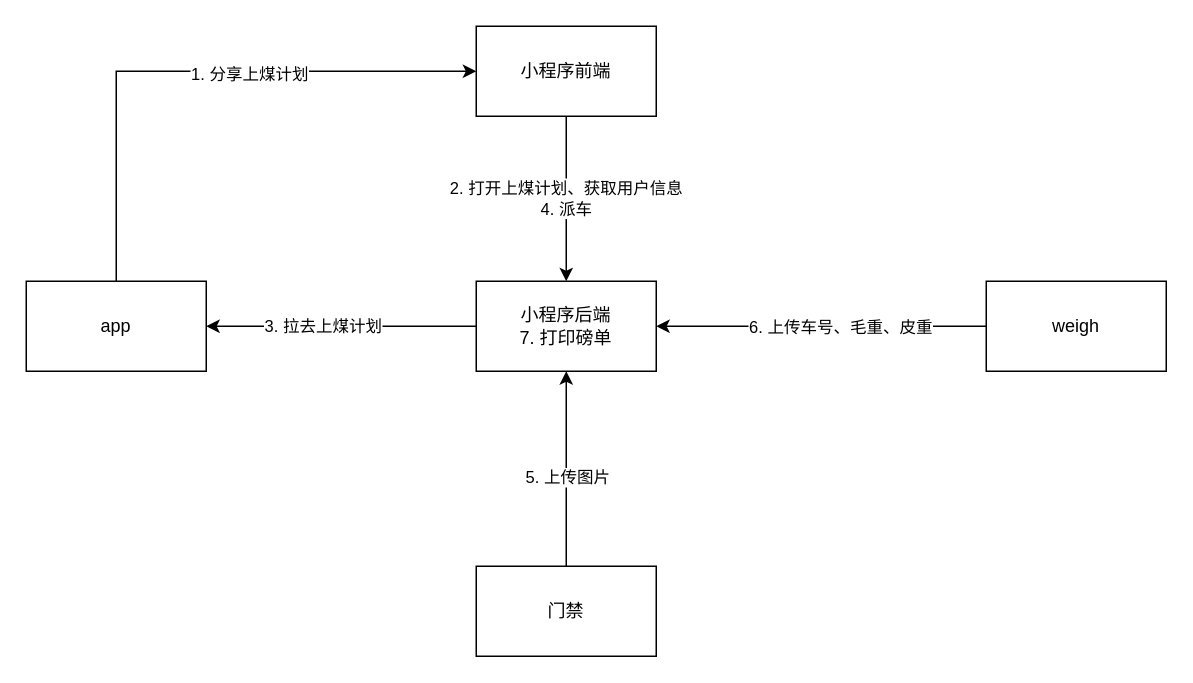
lipeng260/drawio keeps this draw.io diagram as 互链接口.drawio. Above is the earlier version. Source tidied: cells renumbered, new cells numbered last; positions are measured from the earlier drawing's top-left corner, leaving out a move shared by most shapes. Both pictures are drawn from the tidied source at 150%, with x=0, y=0 at pixel (26, 26).
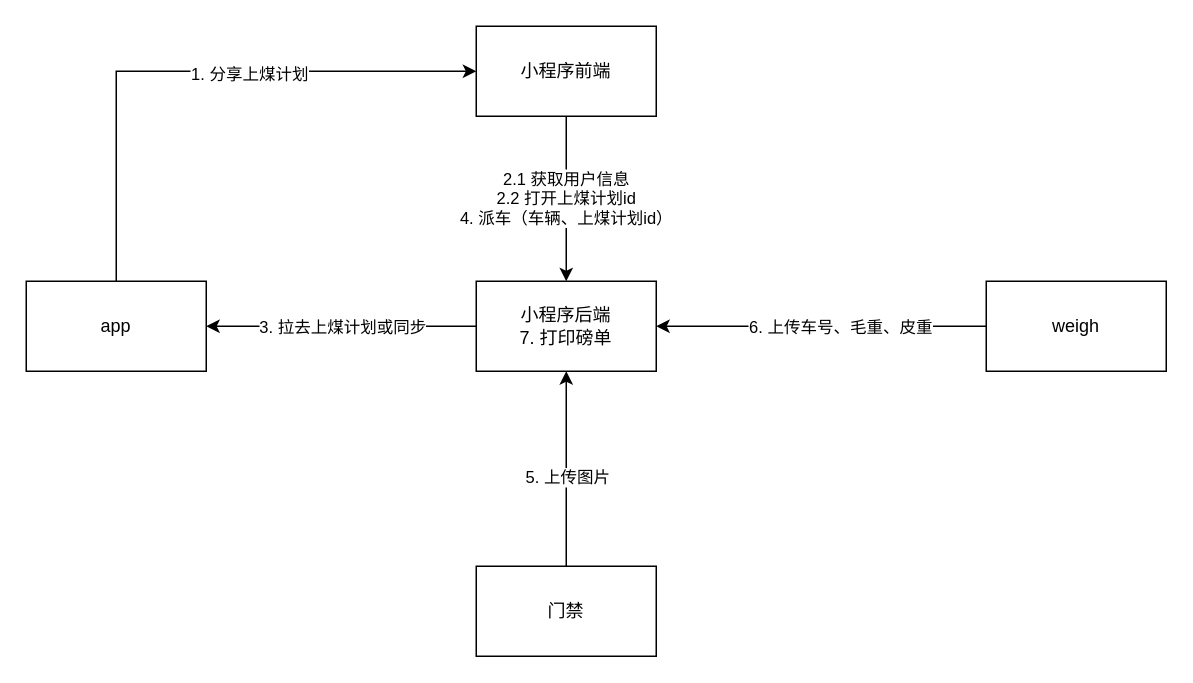
The same diagram, later.

Change to the diagram source:
```diff
@@
 <mxGraphModel>
   <root>
     <mxCell id="0" />
     <mxCell id="1" parent="0" />
     <mxCell id="2" style="edgeStyle=orthogonalEdgeStyle;rounded=0;jettySize=auto;html=1;exitX=0;exitY=0.5;exitDx=0;exitDy=0;" parent="1" edge="1" source="4" target="7">
       <mxGeometry relative="1" as="geometry" />
     </mxCell>
-    <mxCell id="3" value="3. 拉去上煤计划" style="edgeLabel;html=1;align=center;verticalAlign=middle;" parent="2" vertex="1">
-      <mxGeometry x="0.14" y="-1" relative="1" as="geometry" />
+    <mxCell id="3" value="3. 拉去上煤计划或同步" style="edgeLabel;html=1;align=center;verticalAlign=middle;" parent="2" vertex="1">
+      <mxGeometry x="0.14" y="-1" relative="1" as="geometry">
+        <mxPoint x="13" y="1" as="offset" />
+      </mxGeometry>
     </mxCell>
     <mxCell id="4" value="小程序后端&lt;br&gt;7. 打印磅单" style="rounded=0;whiteSpace=wrap;html=1;" parent="1" vertex="1">
       <mxGeometry x="300" y="170" width="120" height="60" as="geometry" />
     </mxCell>
     <mxCell id="5" style="edgeStyle=orthogonalEdgeStyle;rounded=0;jettySize=auto;html=1;exitX=0.5;exitY=0;exitDx=0;exitDy=0;entryX=0;entryY=0.5;entryDx=0;entryDy=0;" parent="1" edge="1" source="7" target="15">
       <mxGeometry relative="1" as="geometry" />
     </mxCell>
     <mxCell id="6" value="1. 分享上煤计划" style="edgeLabel;html=1;align=center;verticalAlign=middle;" parent="5" vertex="1">
       <mxGeometry x="0.2" y="-1" relative="1" as="geometry" />
     </mxCell>
     <mxCell id="7" value="app" style="rounded=0;whiteSpace=wrap;html=1;" parent="1" vertex="1">
       <mxGeometry y="170" width="120" height="60" as="geometry" />
     </mxCell>
     <mxCell id="8" style="edgeStyle=orthogonalEdgeStyle;rounded=0;jettySize=auto;html=1;exitX=0;exitY=0.5;exitDx=0;exitDy=0;entryX=1;entryY=0.5;entryDx=0;entryDy=0;" parent="1" edge="1" source="10" target="4">
       <mxGeometry relative="1" as="geometry" />
     </mxCell>
     <mxCell id="9" value="6. 上传车号、毛重、皮重" style="edgeLabel;html=1;align=center;verticalAlign=middle;" parent="8" vertex="1">
       <mxGeometry x="-0.45" y="-3" relative="1" as="geometry">
         <mxPoint x="-37" y="3" as="offset" />
       </mxGeometry>
     </mxCell>
     <mxCell id="10" value="weigh" style="rounded=0;whiteSpace=wrap;html=1;" parent="1" vertex="1">
       <mxGeometry x="640" y="170" width="120" height="60" as="geometry" />
     </mxCell>
     <mxCell id="11" style="edgeStyle=orthogonalEdgeStyle;rounded=0;jettySize=auto;html=1;exitX=0.5;exitY=0;exitDx=0;exitDy=0;entryX=0.5;entryY=1;entryDx=0;entryDy=0;" parent="1" edge="1" source="13" target="4">
       <mxGeometry relative="1" as="geometry" />
     </mxCell>
     <mxCell id="12" value="5. 上传图片" style="edgeLabel;html=1;align=center;verticalAlign=middle;" parent="11" vertex="1">
       <mxGeometry x="-0.35" y="3" relative="1" as="geometry">
         <mxPoint x="3" y="-18" as="offset" />
       </mxGeometry>
     </mxCell>
     <mxCell id="13" value="门禁" style="rounded=0;whiteSpace=wrap;html=1;" parent="1" vertex="1">
       <mxGeometry x="300" y="360" width="120" height="60" as="geometry" />
     </mxCell>
-    <mxCell id="14" value="2. 打开上煤计划、获取用户信息&lt;br&gt;4. 派车" style="edgeStyle=orthogonalEdgeStyle;rounded=0;jettySize=auto;html=1;exitX=0.5;exitY=1;exitDx=0;exitDy=0;" parent="1" edge="1" source="15" target="4">
+    <mxCell id="14" value="2.1 获取用户信息&lt;br&gt;2.2 打开上煤计划id&lt;br&gt;4. 派车（车辆、上煤计划id）" style="edgeStyle=orthogonalEdgeStyle;rounded=0;jettySize=auto;html=1;exitX=0.5;exitY=1;exitDx=0;exitDy=0;" parent="1" edge="1" source="15" target="4">
       <mxGeometry relative="1" as="geometry" />
     </mxCell>
     <mxCell id="15" value="小程序前端" style="rounded=0;whiteSpace=wrap;html=1;" parent="1" vertex="1">
       <mxGeometry x="300" width="120" height="60" as="geometry" />
     </mxCell>
   </root>
 </mxGraphModel>
```
